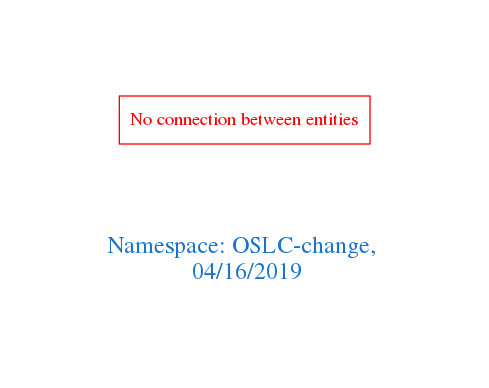
This is downloads/OSLC-change.png from arago/OGIT, a Graphviz export, as it was before one commit. Its source is kept beside it as downloads/OSLC-change.dot.
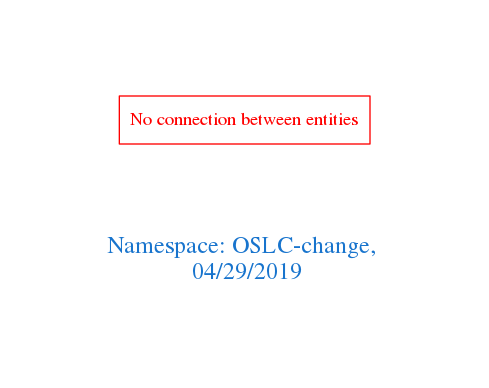
After the commit.

Change to the diagram source:
```diff
@@ -1,7 +1,7 @@
 digraph OGIT_ontology {
  graph [ rankdir= LR,pad=1
 fontsize = 18,
-fontcolor= dodgerblue3,label = "\n\n\nNamespace: OSLC-change, \n 04/16/2019"];
+fontcolor= dodgerblue3,label = "\n\n\nNamespace: OSLC-change, \n 04/29/2019"];
 node[shape=polygon];
 edge [  color="gray81"];
 
```
